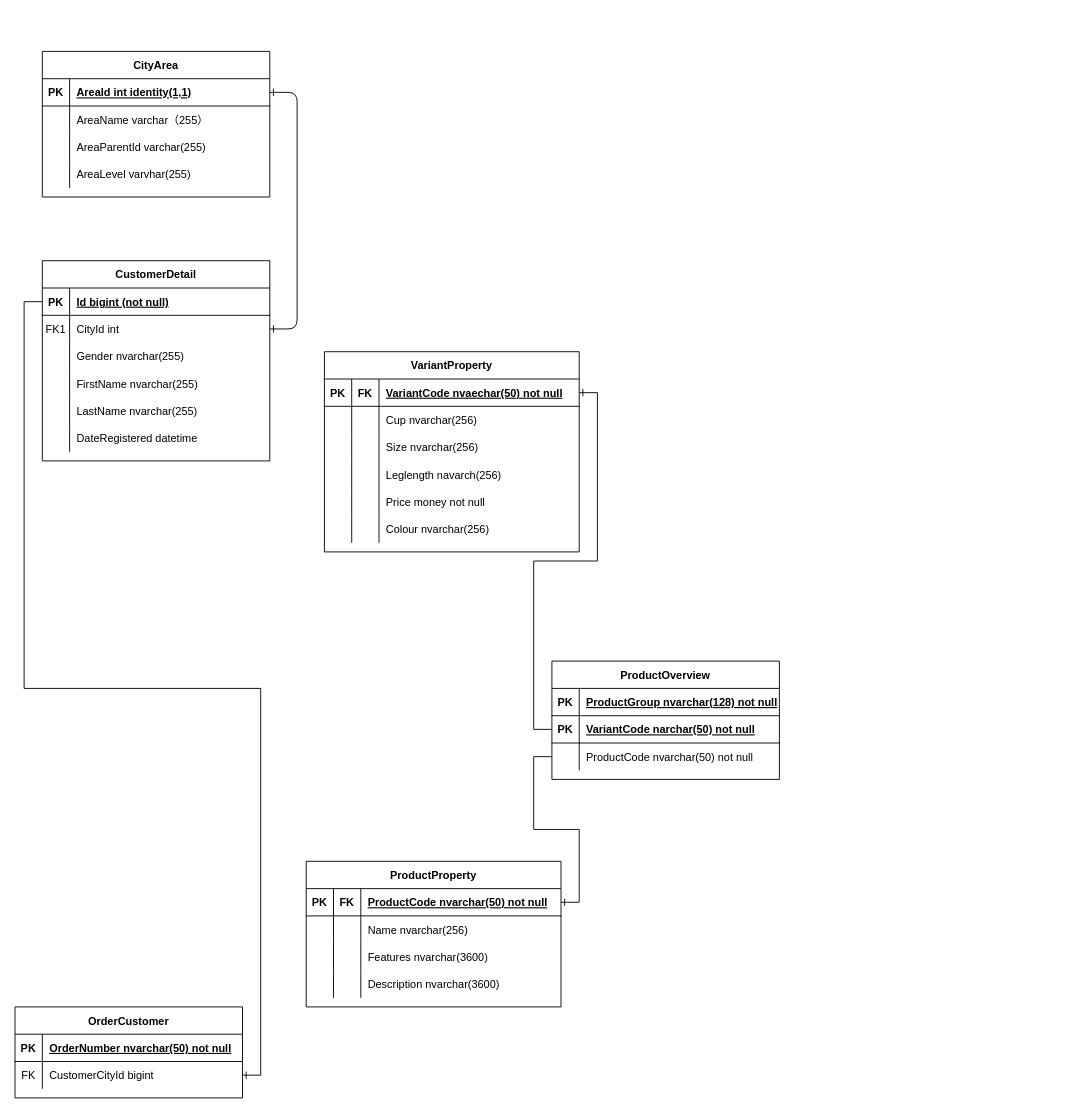
Above: Untitled Diagram.drawio in Orca-github/Database_system (draw.io), before the change. Source tidied: cells renumbered, new cells numbered last; positions are measured from the earlier drawing's top-left corner, leaving out a move shared by most shapes. Both pictures are drawn from the tidied source at 91%, with x=0, y=0 at pixel (15, 51).
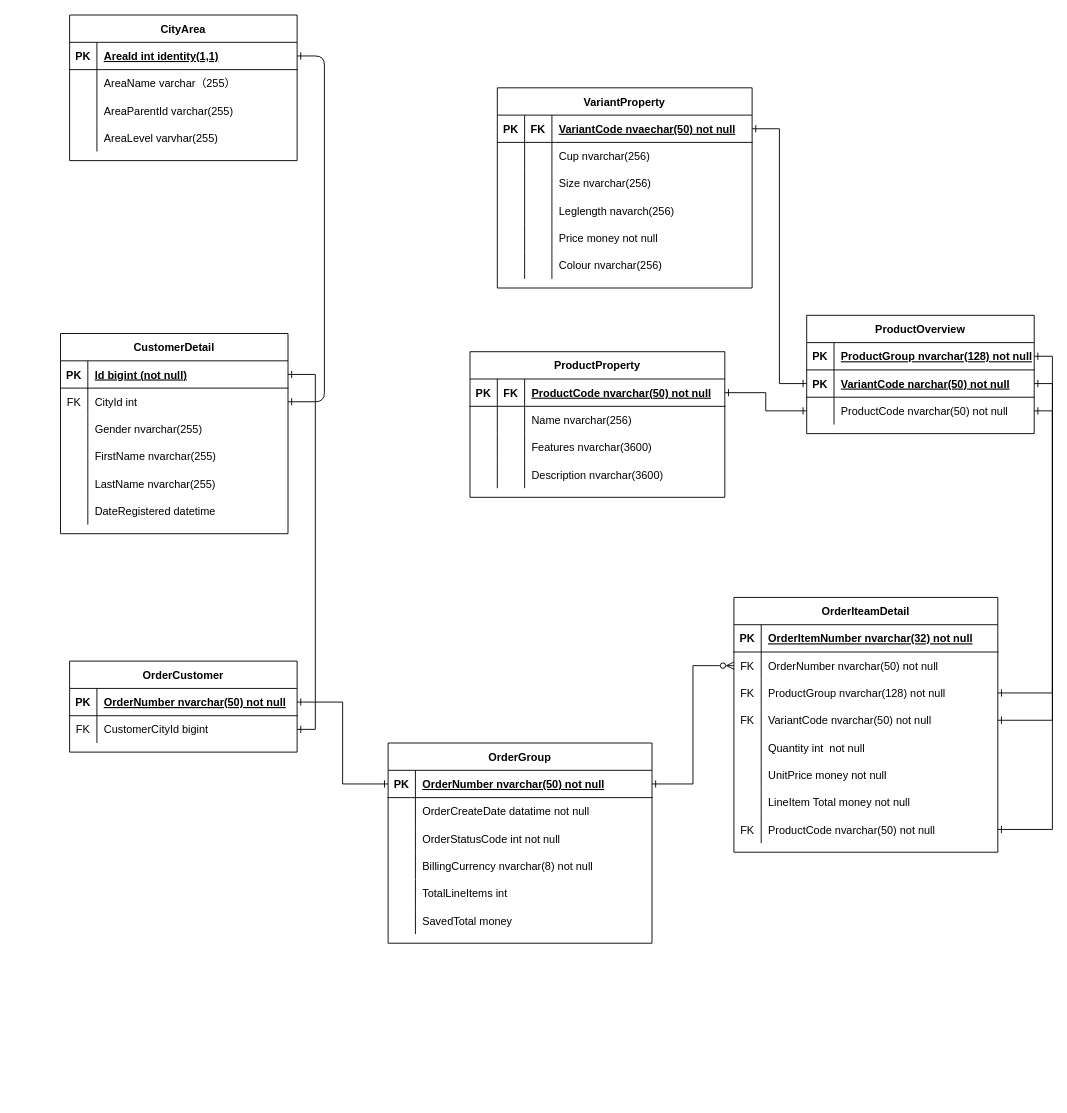
The same page after the edit.

The change refers to these unchanged cells:
```xml
<mxCell id="4" style="shape=partialRectangle;fillColor=none;points=[[0,0.5],[1,0.5]];portConstraint=eastwest;top=0;left=0;right=0;bottom=1;" parent="3" vertex="1">
  <mxGeometry y="30" width="250" height="30" as="geometry" />
</mxCell>
<mxCell id="7" style="shape=partialRectangle;fillColor=none;points=[[0,0.5],[1,0.5]];portConstraint=eastwest;top=0;left=0;right=0;bottom=0;" parent="3" vertex="1">
  <mxGeometry y="60" width="250" height="30" as="geometry" />
</mxCell>
<mxCell id="23" style="shape=partialRectangle;fillColor=none;points=[[0,0.5],[1,0.5]];portConstraint=eastwest;top=0;left=0;right=0;bottom=1;" parent="22" vertex="1">
  <mxGeometry y="30" width="280" height="30" as="geometry" />
</mxCell>
<mxCell id="53" style="shape=partialRectangle;fillColor=none;points=[[0,0.5],[1,0.5]];portConstraint=eastwest;top=0;left=0;right=0;bottom=1;" parent="52" vertex="1">
  <mxGeometry y="30" width="280" height="30" as="geometry" />
</mxCell>
<mxCell id="78" style="shape=partialRectangle;fillColor=none;points=[[0,0.5],[1,0.5]];portConstraint=eastwest;top=0;left=0;right=0;bottom=1;" parent="77" vertex="1">
  <mxGeometry y="30" width="250" height="30" as="geometry" />
</mxCell>
<mxCell id="81" style="shape=partialRectangle;fillColor=none;points=[[0,0.5],[1,0.5]];portConstraint=eastwest;top=0;left=0;right=0;bottom=1;" parent="77" vertex="1">
  <mxGeometry y="60" width="250" height="30" as="geometry" />
</mxCell>
<mxCell id="84" style="shape=partialRectangle;fillColor=none;points=[[0,0.5],[1,0.5]];portConstraint=eastwest;top=0;left=0;right=0;bottom=0;" parent="77" vertex="1">
  <mxGeometry y="90" width="250" height="30" as="geometry" />
</mxCell>
<mxCell id="90" style="shape=partialRectangle;fillColor=none;points=[[0,0.5],[1,0.5]];portConstraint=eastwest;top=0;left=0;right=0;bottom=1;" parent="89" vertex="1">
  <mxGeometry y="30" width="250" height="30" as="geometry" />
</mxCell>
<mxCell id="93" style="shape=partialRectangle;fillColor=none;points=[[0,0.5],[1,0.5]];portConstraint=eastwest;top=0;left=0;right=0;bottom=0;" parent="89" vertex="1">
  <mxGeometry y="60" width="250" height="30" as="geometry" />
</mxCell>
```

Diff of the diagram source:
```diff
@@
     <mxCell id="3" value="CustomerDetail" style="shape=table;startSize=30;childLayout=tableLayout;rowLines=0;fontStyle=1;align=center;" parent="1" vertex="1">
-      <mxGeometry x="30" y="230" width="250" height="220" as="geometry" />
+      <mxGeometry x="50" y="310" width="250" height="220" as="geometry" />
     </mxCell>
@@
-    <mxCell id="8" value="FK1" style="shape=partialRectangle;overflow=hidden;fillColor=none;top=0;left=0;bottom=0;right=0;" parent="7" vertex="1">
+    <mxCell id="8" value="FK" style="shape=partialRectangle;overflow=hidden;fillColor=none;top=0;left=0;bottom=0;right=0;" parent="7" vertex="1">
       <mxGeometry width="30" height="30" as="geometry" />
     </mxCell>
@@
     <mxCell id="22" value="ProductProperty" style="shape=table;startSize=30;childLayout=tableLayout;rowLines=0;fontStyle=1;align=center;" parent="1" vertex="1">
-      <mxGeometry x="320" y="890" width="280" height="160" as="geometry" />
+      <mxGeometry x="500" y="330" width="280" height="160" as="geometry" />
     </mxCell>
@@
     <mxCell id="39" value="CityArea" style="shape=table;startSize=30;childLayout=tableLayout;rowLines=0;fontStyle=1;align=center;" parent="1" vertex="1">
-      <mxGeometry x="30" width="250" height="160" as="geometry" />
+      <mxGeometry x="60" y="-40" width="250" height="160" as="geometry" />
     </mxCell>
@@
     <mxCell id="52" value="VariantProperty" style="shape=table;startSize=30;childLayout=tableLayout;rowLines=0;fontStyle=1;align=center;" parent="1" vertex="1">
-      <mxGeometry x="340" y="330" width="280" height="220" as="geometry" />
+      <mxGeometry x="530" y="40" width="280" height="220" as="geometry" />
     </mxCell>
@@
     <mxCell id="77" value="ProductOverview" style="shape=table;startSize=30;childLayout=tableLayout;rowLines=0;fontStyle=1;align=center;" parent="1" vertex="1">
-      <mxGeometry x="590" y="670" width="250" height="130" as="geometry" />
+      <mxGeometry x="870" y="290" width="250" height="130" as="geometry" />
     </mxCell>
@@
-    <mxCell id="87" style="edgeStyle=orthogonalEdgeStyle;rounded=0;jettySize=auto;html=1;entryX=1;entryY=0.5;entryDx=0;entryDy=0;endArrow=ERone;endFill=0;" parent="1" edge="1" source="81" target="53">
+    <mxCell id="87" style="edgeStyle=orthogonalEdgeStyle;rounded=0;jettySize=auto;html=1;entryX=1;entryY=0.5;entryDx=0;entryDy=0;endArrow=ERone;endFill=0;startArrow=ERone;startFill=0;" parent="1" edge="1" source="81" target="53">
       <mxGeometry relative="1" as="geometry" />
     </mxCell>
-    <mxCell id="88" style="edgeStyle=orthogonalEdgeStyle;rounded=0;jettySize=auto;html=1;entryX=1;entryY=0.5;entryDx=0;entryDy=0;endArrow=ERone;endFill=0;" parent="1" edge="1" source="84" target="23">
+    <mxCell id="88" style="edgeStyle=orthogonalEdgeStyle;rounded=0;jettySize=auto;html=1;entryX=1;entryY=0.5;entryDx=0;entryDy=0;endArrow=ERone;endFill=0;startArrow=ERone;startFill=0;" parent="1" edge="1" source="84" target="23">
       <mxGeometry relative="1" as="geometry" />
     </mxCell>
     <mxCell id="89" value="OrderCustomer" style="shape=table;startSize=30;childLayout=tableLayout;rowLines=0;fontStyle=1;align=center;" parent="1" vertex="1">
-      <mxGeometry y="1050" width="250" height="100" as="geometry" />
+      <mxGeometry x="60" y="670" width="250" height="100" as="geometry" />
     </mxCell>
@@
-    <mxCell id="96" style="edgeStyle=orthogonalEdgeStyle;rounded=0;jettySize=auto;html=1;entryX=1;entryY=0.5;entryDx=0;entryDy=0;endArrow=ERone;endFill=0;" parent="1" edge="1" source="4" target="93">
+    <mxCell id="96" style="edgeStyle=orthogonalEdgeStyle;rounded=0;jettySize=auto;html=1;entryX=1;entryY=0.5;entryDx=0;entryDy=0;endArrow=ERone;endFill=0;startArrow=ERone;startFill=0;" parent="1" edge="1" source="4" target="93">
       <mxGeometry relative="1" as="geometry" />
     </mxCell>
+    <mxCell id="97" value="OrderIteamDetail" style="shape=table;startSize=30;childLayout=tableLayout;rowLines=0;fontStyle=1;align=center;" parent="1" vertex="1">
+      <mxGeometry x="790" y="600" width="290" height="280" as="geometry" />
+    </mxCell>
+    <mxCell id="98" style="shape=partialRectangle;fillColor=none;top=0;left=0;right=0;bottom=1;" parent="97" vertex="1">
+      <mxGeometry y="30" width="290" height="30" as="geometry" />
+    </mxCell>
+    <mxCell id="99" value="PK" style="shape=partialRectangle;overflow=hidden;fillColor=none;top=0;left=0;bottom=0;right=0;fontStyle=1;" parent="98" vertex="1">
+      <mxGeometry width="30" height="30" as="geometry" />
+    </mxCell>
+    <mxCell id="100" value="OrderItemNumber nvarchar(32) not null" style="shape=partialRectangle;overflow=hidden;fillColor=none;top=0;left=0;bottom=0;right=0;align=left;spacingLeft=6;fontStyle=5;" parent="98" vertex="1">
+      <mxGeometry x="30" width="260" height="30" as="geometry" />
+    </mxCell>
+    <mxCell id="101" style="shape=partialRectangle;fillColor=none;points=[[0,0.5],[1,0.5]];portConstraint=eastwest;top=0;left=0;right=0;bottom=0;" parent="97" vertex="1">
+      <mxGeometry y="60" width="290" height="30" as="geometry" />
+    </mxCell>
+    <mxCell id="102" value="FK" style="shape=partialRectangle;overflow=hidden;fillColor=none;top=0;left=0;bottom=0;right=0;" parent="101" vertex="1">
+      <mxGeometry width="30" height="30" as="geometry" />
+    </mxCell>
+    <mxCell id="103" value="OrderNumber nvarchar(50) not null" style="shape=partialRectangle;overflow=hidden;fillColor=none;top=0;left=0;bottom=0;right=0;align=left;spacingLeft=6;" parent="101" vertex="1">
+      <mxGeometry x="30" width="260" height="30" as="geometry" />
+    </mxCell>
+    <mxCell id="104" style="shape=partialRectangle;fillColor=none;points=[[0,0.5],[1,0.5]];portConstraint=eastwest;top=0;left=0;right=0;bottom=0;" parent="97" vertex="1">
+      <mxGeometry y="90" width="290" height="30" as="geometry" />
+    </mxCell>
+    <mxCell id="105" value="FK" style="shape=partialRectangle;overflow=hidden;fillColor=none;top=0;left=0;bottom=0;right=0;" parent="104" vertex="1">
+      <mxGeometry width="30" height="30" as="geometry" />
+    </mxCell>
+    <mxCell id="106" value="ProductGroup nvarchar(128) not null" style="shape=partialRectangle;overflow=hidden;fillColor=none;top=0;left=0;bottom=0;right=0;align=left;spacingLeft=6;" parent="104" vertex="1">
+      <mxGeometry x="30" width="260" height="30" as="geometry" />
+    </mxCell>
+    <mxCell id="107" style="shape=partialRectangle;fillColor=none;points=[[0,0.5],[1,0.5]];portConstraint=eastwest;top=0;left=0;right=0;bottom=0;" parent="97" vertex="1">
+      <mxGeometry y="120" width="290" height="30" as="geometry" />
+    </mxCell>
+    <mxCell id="108" value="FK" style="shape=partialRectangle;overflow=hidden;fillColor=none;top=0;left=0;bottom=0;right=0;" parent="107" vertex="1">
+      <mxGeometry width="30" height="30" as="geometry" />
+    </mxCell>
+    <mxCell id="109" value="VariantCode nvarchar(50) not null" style="shape=partialRectangle;overflow=hidden;fillColor=none;top=0;left=0;bottom=0;right=0;align=left;spacingLeft=6;" parent="107" vertex="1">
+      <mxGeometry x="30" width="260" height="30" as="geometry" />
+    </mxCell>
+    <mxCell id="110" style="shape=partialRectangle;fillColor=none;top=0;left=0;right=0;bottom=0;" parent="97" vertex="1">
+      <mxGeometry y="150" width="290" height="30" as="geometry" />
+    </mxCell>
+    <mxCell id="111" style="shape=partialRectangle;overflow=hidden;fillColor=none;top=0;left=0;bottom=0;right=0;" parent="110" vertex="1">
+      <mxGeometry width="30" height="30" as="geometry" />
+    </mxCell>
+    <mxCell id="112" value="Quantity int  not null" style="shape=partialRectangle;overflow=hidden;fillColor=none;top=0;left=0;bottom=0;right=0;align=left;spacingLeft=6;" parent="110" vertex="1">
+      <mxGeometry x="30" width="260" height="30" as="geometry" />
+    </mxCell>
+    <mxCell id="113" style="shape=partialRectangle;fillColor=none;top=0;left=0;right=0;bottom=0;" parent="97" vertex="1">
+      <mxGeometry y="180" width="290" height="30" as="geometry" />
+    </mxCell>
+    <mxCell id="114" style="shape=partialRectangle;overflow=hidden;fillColor=none;top=0;left=0;bottom=0;right=0;" parent="113" vertex="1">
+      <mxGeometry width="30" height="30" as="geometry" />
+    </mxCell>
+    <mxCell id="115" value="UnitPrice money not null" style="shape=partialRectangle;overflow=hidden;fillColor=none;top=0;left=0;bottom=0;right=0;align=left;spacingLeft=6;" parent="113" vertex="1">
+      <mxGeometry x="30" width="260" height="30" as="geometry" />
+    </mxCell>
+    <mxCell id="116" style="shape=partialRectangle;fillColor=none;top=0;left=0;right=0;bottom=0;" parent="97" vertex="1">
+      <mxGeometry y="210" width="290" height="30" as="geometry" />
+    </mxCell>
+    <mxCell id="117" style="shape=partialRectangle;overflow=hidden;fillColor=none;top=0;left=0;bottom=0;right=0;" parent="116" vertex="1">
+      <mxGeometry width="30" height="30" as="geometry" />
+    </mxCell>
+    <mxCell id="118" value="LineItem Total money not null" style="shape=partialRectangle;overflow=hidden;fillColor=none;top=0;left=0;bottom=0;right=0;align=left;spacingLeft=6;" parent="116" vertex="1">
+      <mxGeometry x="30" width="260" height="30" as="geometry" />
+    </mxCell>
+    <mxCell id="119" style="shape=partialRectangle;fillColor=none;points=[[0,0.5],[1,0.5]];portConstraint=eastwest;top=0;left=0;right=0;bottom=0;" parent="97" vertex="1">
+      <mxGeometry y="240" width="290" height="30" as="geometry" />
+    </mxCell>
+    <mxCell id="120" value="FK" style="shape=partialRectangle;overflow=hidden;fillColor=none;top=0;left=0;bottom=0;right=0;" parent="119" vertex="1">
+      <mxGeometry width="30" height="30" as="geometry" />
+    </mxCell>
+    <mxCell id="121" value="ProductCode nvarchar(50) not null" style="shape=partialRectangle;overflow=hidden;fillColor=none;top=0;left=0;bottom=0;right=0;align=left;spacingLeft=6;" parent="119" vertex="1">
+      <mxGeometry x="30" width="260" height="30" as="geometry" />
+    </mxCell>
+    <mxCell id="122" value="OrderGroup" style="shape=table;startSize=30;childLayout=tableLayout;rowLines=0;fontStyle=1;align=center;" parent="1" vertex="1">
+      <mxGeometry x="410" y="760" width="290" height="220" as="geometry" />
+    </mxCell>
+    <mxCell id="123" style="shape=partialRectangle;fillColor=none;points=[[0,0.5],[1,0.5]];portConstraint=eastwest;top=0;left=0;right=0;bottom=1;" parent="122" vertex="1">
+      <mxGeometry y="30" width="290" height="30" as="geometry" />
+    </mxCell>
+    <mxCell id="124" value="PK" style="shape=partialRectangle;overflow=hidden;fillColor=none;top=0;left=0;bottom=0;right=0;fontStyle=1;" parent="123" vertex="1">
+      <mxGeometry width="30" height="30" as="geometry" />
+    </mxCell>
+    <mxCell id="125" value="OrderNumber nvarchar(50) not null" style="shape=partialRectangle;overflow=hidden;fillColor=none;top=0;left=0;bottom=0;right=0;align=left;spacingLeft=6;fontStyle=5;" parent="123" vertex="1">
+      <mxGeometry x="30" width="260" height="30" as="geometry" />
+    </mxCell>
+    <mxCell id="126" style="shape=partialRectangle;fillColor=none;top=0;left=0;right=0;bottom=0;" parent="122" vertex="1">
+      <mxGeometry y="60" width="290" height="30" as="geometry" />
+    </mxCell>
+    <mxCell id="127" style="shape=partialRectangle;overflow=hidden;fillColor=none;top=0;left=0;bottom=0;right=0;" parent="126" vertex="1">
+      <mxGeometry width="30" height="30" as="geometry" />
+    </mxCell>
+    <mxCell id="128" value="OrderCreateDate datatime not null" style="shape=partialRectangle;overflow=hidden;fillColor=none;top=0;left=0;bottom=0;right=0;align=left;spacingLeft=6;" parent="126" vertex="1">
+      <mxGeometry x="30" width="260" height="30" as="geometry" />
+    </mxCell>
+    <mxCell id="129" style="shape=partialRectangle;fillColor=none;top=0;left=0;right=0;bottom=0;" parent="122" vertex="1">
+      <mxGeometry y="90" width="290" height="30" as="geometry" />
+    </mxCell>
+    <mxCell id="130" style="shape=partialRectangle;overflow=hidden;fillColor=none;top=0;left=0;bottom=0;right=0;" parent="129" vertex="1">
+      <mxGeometry width="30" height="30" as="geometry" />
+    </mxCell>
+    <mxCell id="131" value="OrderStatusCode int not null" style="shape=partialRectangle;overflow=hidden;fillColor=none;top=0;left=0;bottom=0;right=0;align=left;spacingLeft=6;" parent="129" vertex="1">
+      <mxGeometry x="30" width="260" height="30" as="geometry" />
+    </mxCell>
+    <mxCell id="132" style="shape=partialRectangle;fillColor=none;top=0;left=0;right=0;bottom=0;" parent="122" vertex="1">
+      <mxGeometry y="120" width="290" height="30" as="geometry" />
+    </mxCell>
+    <mxCell id="133" style="shape=partialRectangle;overflow=hidden;fillColor=none;top=0;left=0;bottom=0;right=0;" parent="132" vertex="1">
+      <mxGeometry width="30" height="30" as="geometry" />
+    </mxCell>
+    <mxCell id="134" value="BillingCurrency nvarchar(8) not null" style="shape=partialRectangle;overflow=hidden;fillColor=none;top=0;left=0;bottom=0;right=0;align=left;spacingLeft=6;" parent="132" vertex="1">
+      <mxGeometry x="30" width="260" height="30" as="geometry" />
+    </mxCell>
+    <mxCell id="135" style="shape=partialRectangle;fillColor=none;top=0;left=0;right=0;bottom=0;" parent="122" vertex="1">
+      <mxGeometry y="150" width="290" height="30" as="geometry" />
+    </mxCell>
+    <mxCell id="136" style="shape=partialRectangle;overflow=hidden;fillColor=none;top=0;left=0;bottom=0;right=0;" parent="135" vertex="1">
+      <mxGeometry width="30" height="30" as="geometry" />
+    </mxCell>
+    <mxCell id="137" value="TotalLineItems int " style="shape=partialRectangle;overflow=hidden;fillColor=none;top=0;left=0;bottom=0;right=0;align=left;spacingLeft=6;" parent="135" vertex="1">
+      <mxGeometry x="30" width="260" height="30" as="geometry" />
+    </mxCell>
+    <mxCell id="138" style="shape=partialRectangle;fillColor=none;top=0;left=0;right=0;bottom=0;" parent="122" vertex="1">
+      <mxGeometry y="180" width="290" height="30" as="geometry" />
+    </mxCell>
+    <mxCell id="139" style="shape=partialRectangle;overflow=hidden;fillColor=none;top=0;left=0;bottom=0;right=0;" parent="138" vertex="1">
+      <mxGeometry width="30" height="30" as="geometry" />
+    </mxCell>
+    <mxCell id="140" value="SavedTotal money " style="shape=partialRectangle;overflow=hidden;fillColor=none;top=0;left=0;bottom=0;right=0;align=left;spacingLeft=6;" parent="138" vertex="1">
+      <mxGeometry x="30" width="260" height="30" as="geometry" />
+    </mxCell>
+    <mxCell id="141" style="edgeStyle=orthogonalEdgeStyle;rounded=0;jettySize=auto;html=1;endArrow=ERzeroToMany;endFill=0;startArrow=ERone;startFill=0;" parent="1" edge="1" source="123" target="101">
+      <mxGeometry relative="1" as="geometry" />
+    </mxCell>
+    <mxCell id="142" style="edgeStyle=orthogonalEdgeStyle;rounded=0;jettySize=auto;html=1;endArrow=ERone;endFill=0;startArrow=ERone;startFill=0;" parent="1" edge="1" source="123" target="90">
+      <mxGeometry relative="1" as="geometry" />
+    </mxCell>
+    <mxCell id="143" style="edgeStyle=orthogonalEdgeStyle;rounded=0;jettySize=auto;html=1;entryX=1;entryY=0.5;entryDx=0;entryDy=0;startArrow=ERone;startFill=0;endArrow=ERone;endFill=0;" parent="1" edge="1" source="104" target="78">
+      <mxGeometry relative="1" as="geometry" />
+    </mxCell>
+    <mxCell id="144" style="edgeStyle=orthogonalEdgeStyle;rounded=0;jettySize=auto;html=1;entryX=1;entryY=0.5;entryDx=0;entryDy=0;startArrow=ERone;startFill=0;endArrow=ERone;endFill=0;" parent="1" edge="1" source="107" target="81">
+      <mxGeometry relative="1" as="geometry" />
+    </mxCell>
+    <mxCell id="145" style="edgeStyle=orthogonalEdgeStyle;rounded=0;jettySize=auto;html=1;entryX=1;entryY=0.5;entryDx=0;entryDy=0;startArrow=ERone;startFill=0;endArrow=ERone;endFill=0;" parent="1" edge="1" source="119" target="84">
+      <mxGeometry relative="1" as="geometry" />
+    </mxCell>
```
